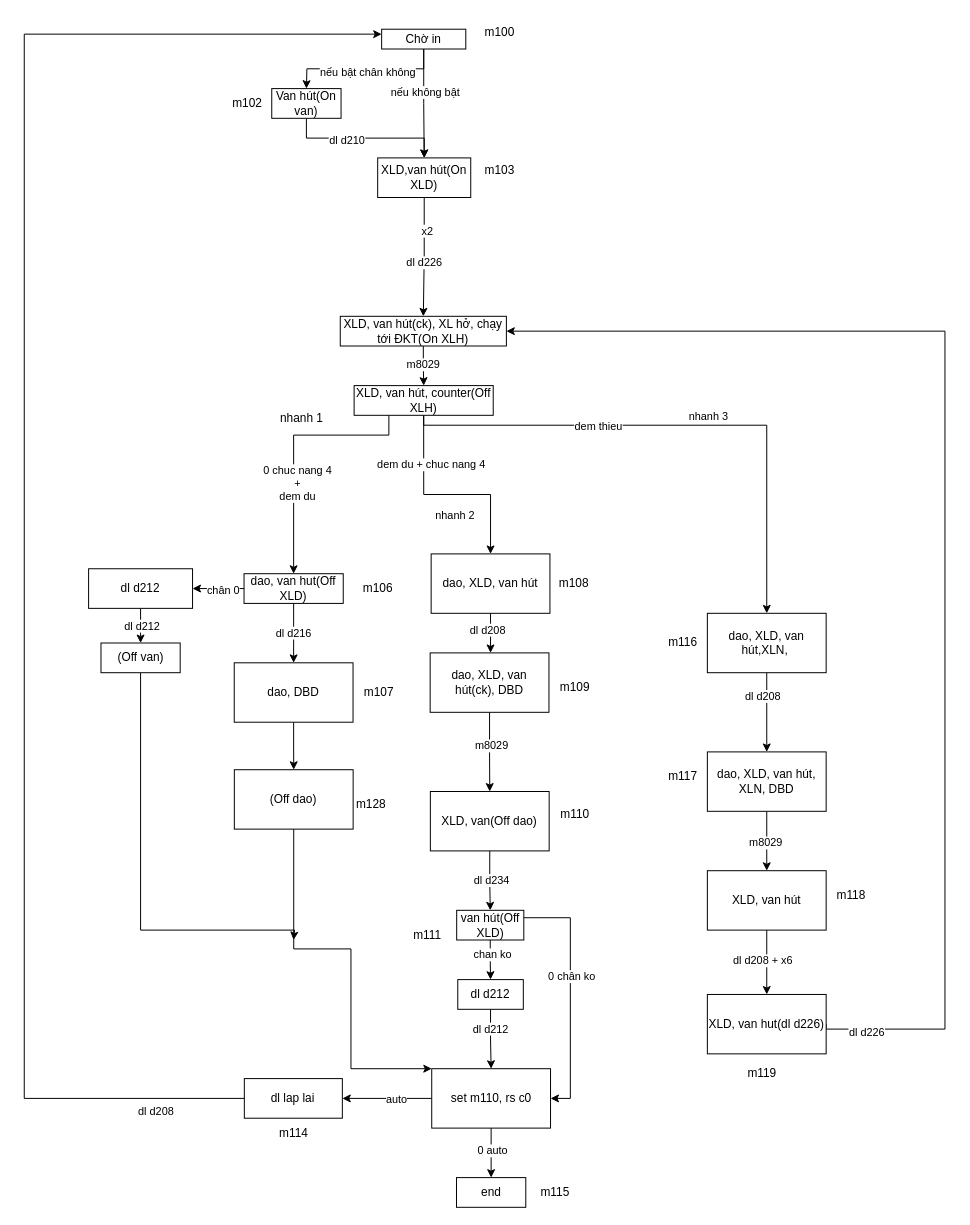
This is trai muc truoc.drawio from robowindgit/a0-quyencun, a draw.io file, before an edit. Source tidied: cells renumbered, new cells numbered last; positions are measured from the earlier drawing's top-left corner, leaving out a move shared by most shapes. Both pictures are drawn from the tidied source at 99%, with x=0, y=0 at pixel (24, 17).
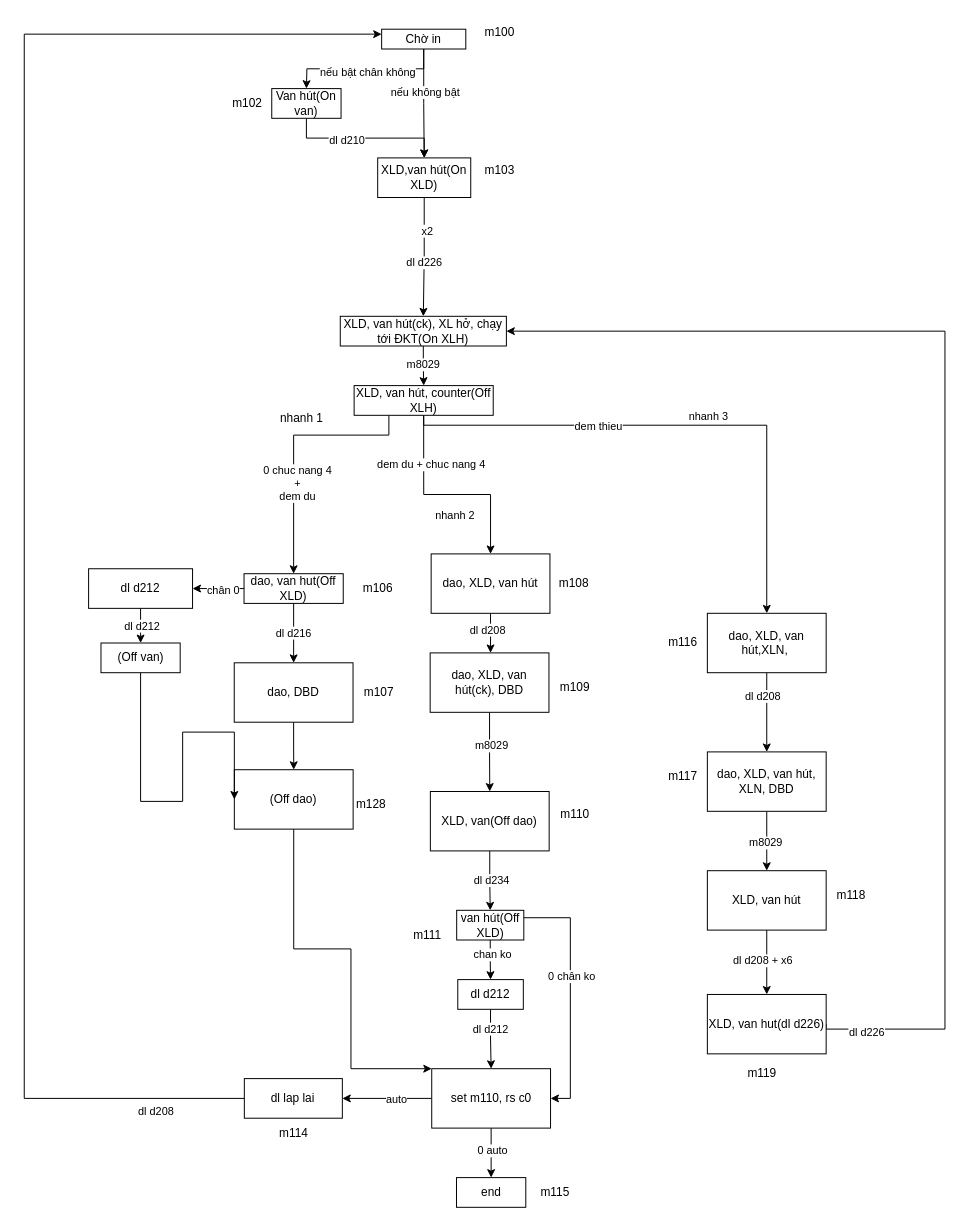
Above is the later version.

Commit message:
Cập nhật trai muc truoc.drawio

The change refers to these unchanged cells:
```xml
<mxCell id="88" value="(Off dao)" style="whiteSpace=wrap;html=1;" parent="1" vertex="1">
  <mxGeometry x="212.2" y="760" width="120" height="60" as="geometry" />
</mxCell>
<mxCell id="93" value="(Off van)" style="whiteSpace=wrap;html=1;" parent="1" vertex="1">
  <mxGeometry x="77.5" y="632" width="80" height="30" as="geometry" />
</mxCell>
```

The edit, as a diff of the source:
```diff
@@
-    <mxCell id="92" style="edgeStyle=orthogonalEdgeStyle;rounded=0;jettySize=auto;html=1;exitX=0.5;exitY=1;exitDx=0;exitDy=0;" parent="1" edge="1" source="93">
+    <mxCell id="92" style="edgeStyle=orthogonalEdgeStyle;rounded=0;jettySize=auto;html=1;exitX=0.5;exitY=1;exitDx=0;exitDy=0;entryX=0;entryY=0.5;entryDx=0;entryDy=0;" parent="1" edge="1" source="93" target="88">
       <mxGeometry relative="1" as="geometry">
-        <mxPoint x="272" y="932" as="targetPoint" />
         <Array as="points">
-          <mxPoint x="118" y="922" />
-          <mxPoint x="273" y="922" />
+          <mxPoint x="117" y="792" />
+          <mxPoint x="160" y="792" />
+          <mxPoint x="160" y="722" />
+          <mxPoint x="212" y="722" />
         </Array>
       </mxGeometry>
     </mxCell>
```
